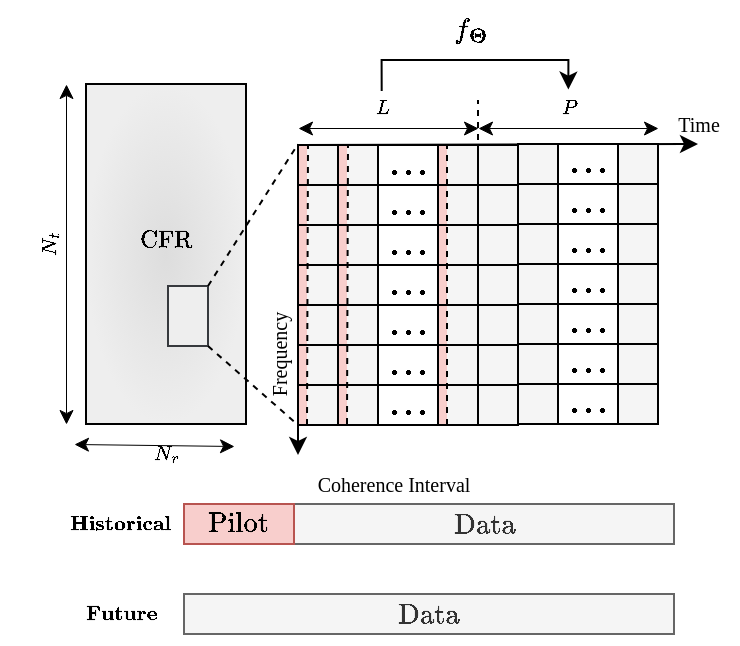
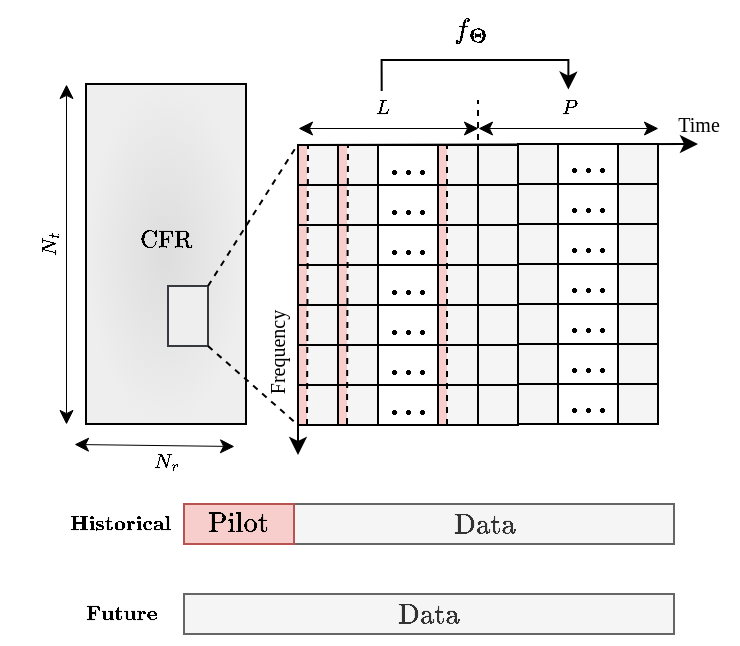
<mxfile host="app.diagrams.net" agent="Mozilla/5.0 (Macintosh; Intel Mac OS X 10_15_7) AppleWebKit/537.36 (KHTML, like Gecko) Chrome/141.0.0.0 Safari/537.36 Edg/141.0.0.0">
  <diagram name="第 1 页" id="D2adrHRu20BCA5vovUWD">
-     <mxGraphModel dx="645" dy="456" grid="1" gridSize="10" guides="1" tooltips="1" connect="1" arrows="1" fold="1" page="1" pageScale="1" pageWidth="850" pageHeight="1100" math="1" shadow="0">
+     <mxGraphModel dx="534" dy="377" grid="1" gridSize="10" guides="1" tooltips="1" connect="1" arrows="1" fold="1" page="1" pageScale="1" pageWidth="850" pageHeight="1100" math="1" shadow="0">
      <root>
        <mxCell id="0" />
        <mxCell id="1" parent="0" />
        <mxCell id="vL8rOUMA7y1sfk7vwX27-157" parent="1" style="text;html=1;align=center;verticalAlign=middle;resizable=0;points=[];autosize=1;strokeColor=none;fillColor=none;rotation=-90;" value="&lt;font face=&quot;Times New Roman&quot; style=&quot;font-size: 10px;&quot;&gt;Frequency&lt;/font&gt;" vertex="1">
-           <mxGeometry height="30" width="70" x="141" y="200.5" as="geometry" />
+           <mxGeometry height="30" width="70" x="140" y="199.5" as="geometry" />
        </mxCell>
        <mxCell id="vL8rOUMA7y1sfk7vwX27-163" parent="1" style="rounded=0;whiteSpace=wrap;html=1;fillColor=#DDDDDD;fillStyle=auto;gradientColor=#EEEEEE;gradientDirection=radial;" value="&lt;font face=&quot;Times New Roman&quot;&gt;\[\mathrm{CFR}\]&lt;/font&gt;&lt;div&gt;&lt;font face=&quot;Times New Roman&quot;&gt;&lt;span style=&quot;font-size: 10px;&quot;&gt;&lt;br&gt;&lt;/span&gt;&lt;/font&gt;&lt;/div&gt;" vertex="1">
          <mxGeometry height="170" width="80" x="80" y="80" as="geometry" />
        </mxCell>
        <mxCell id="vL8rOUMA7y1sfk7vwX27-164" parent="1" style="rounded=0;whiteSpace=wrap;html=1;rotation=0;fillColor=#eeeeee;strokeColor=#36393d;" value="" vertex="1">
          <mxGeometry height="30" width="20" x="121" y="181" as="geometry" />
        </mxCell>
        <mxCell id="vL8rOUMA7y1sfk7vwX27-165" edge="1" parent="1" source="vL8rOUMA7y1sfk7vwX27-164" style="endArrow=none;dashed=1;html=1;rounded=0;exitX=1;exitY=1;exitDx=0;exitDy=0;entryX=0;entryY=1;entryDx=0;entryDy=0;" target="vL8rOUMA7y1sfk7vwX27-77" value="">
          <mxGeometry height="50" relative="1" width="50" as="geometry">
            <mxPoint x="131" y="215" as="sourcePoint" />
            <mxPoint x="206" y="260" as="targetPoint" />
          </mxGeometry>
        </mxCell>
        <mxCell id="vL8rOUMA7y1sfk7vwX27-166" edge="1" parent="1" source="vL8rOUMA7y1sfk7vwX27-164" style="endArrow=none;dashed=1;html=1;rounded=0;exitX=1;exitY=0;exitDx=0;exitDy=0;" value="">
          <mxGeometry height="50" relative="1" width="50" as="geometry">
            <mxPoint x="131" y="185" as="sourcePoint" />
            <mxPoint x="186" y="110" as="targetPoint" />
          </mxGeometry>
        </mxCell>
        <mxCell id="vL8rOUMA7y1sfk7vwX27-167" edge="1" parent="1" style="endArrow=classic;startArrow=classic;html=1;rounded=0;strokeWidth=0.5;" value="">
          <mxGeometry height="50" relative="1" width="50" as="geometry">
            <mxPoint x="74" y="260" as="sourcePoint" />
            <mxPoint x="154" y="261" as="targetPoint" />
          </mxGeometry>
        </mxCell>
        <mxCell id="vL8rOUMA7y1sfk7vwX27-168" parent="1" style="text;html=1;align=center;verticalAlign=middle;resizable=0;points=[];autosize=1;strokeColor=none;fillColor=none;" value="&lt;font face=&quot;Times New Roman&quot; style=&quot;font-size: 10px;&quot;&gt;\[N_r\]&lt;/font&gt;" vertex="1">
-           <mxGeometry height="30" width="50" x="95" y="250" as="geometry" />
+           <mxGeometry height="30" width="50" x="95" y="254" as="geometry" />
        </mxCell>
        <mxCell id="vL8rOUMA7y1sfk7vwX27-169" parent="1" style="text;html=1;align=center;verticalAlign=middle;resizable=0;points=[];autosize=1;strokeColor=none;fillColor=none;rotation=-90;" value="&lt;font face=&quot;Times New Roman&quot; style=&quot;font-size: 10px;&quot;&gt;\[N_t\]&lt;/font&gt;" vertex="1">
          <mxGeometry height="30" width="50" x="37" y="145" as="geometry" />
        </mxCell>
        <mxCell id="vL8rOUMA7y1sfk7vwX27-170" edge="1" parent="1" style="endArrow=classic;startArrow=classic;html=1;rounded=0;strokeWidth=0.5;" value="">
          <mxGeometry height="50" relative="1" width="50" as="geometry">
            <mxPoint x="70" y="250" as="sourcePoint" />
            <mxPoint x="70" y="80" as="targetPoint" />
          </mxGeometry>
        </mxCell>
        <mxCell id="vL8rOUMA7y1sfk7vwX27-160" parent="1" style="text;html=1;align=center;verticalAlign=middle;resizable=0;points=[];autosize=1;strokeColor=none;fillColor=none;container=0;" value="&lt;font face=&quot;Times New Roman&quot; style=&quot;font-size: 10px;&quot;&gt;\[L\]&lt;/font&gt;" vertex="1">
          <mxGeometry height="40" width="30" x="213" y="72" as="geometry" />
        </mxCell>
        <mxCell id="vL8rOUMA7y1sfk7vwX27-162" parent="1" style="text;html=1;align=center;verticalAlign=middle;resizable=0;points=[];autosize=1;strokeColor=none;fillColor=none;container=0;" value="&lt;font face=&quot;Times New Roman&quot;&gt;&lt;span style=&quot;font-size: 10px;&quot;&gt;\[P\]&lt;/span&gt;&lt;/font&gt;" vertex="1">
          <mxGeometry height="40" width="30" x="306" y="72" as="geometry" />
        </mxCell>
        <mxCell id="vL8rOUMA7y1sfk7vwX27-196" parent="1" style="rounded=0;whiteSpace=wrap;html=1;fillColor=#f5f5f5;strokeColor=#666666;fontColor=#333333;" value="\[\mathrm{Data}\]" vertex="1">
          <mxGeometry height="20" width="190" x="184" y="290" as="geometry" />
        </mxCell>
        <mxCell id="vL8rOUMA7y1sfk7vwX27-197" parent="1" style="rounded=0;whiteSpace=wrap;html=1;fillColor=#f8cecc;strokeColor=#b85450;" value="\[\mathrm{Pilot}\]" vertex="1">
          <mxGeometry height="20" width="55" x="129" y="290" as="geometry" />
        </mxCell>
        <mxCell id="vL8rOUMA7y1sfk7vwX27-74" edge="1" parent="1" style="endArrow=classic;html=1;rounded=0;exitX=0;exitY=0;exitDx=0;exitDy=0;" value="">
          <mxGeometry height="50" relative="1" width="50" as="geometry">
            <mxPoint x="186" y="110.5" as="sourcePoint" />
            <mxPoint x="386" y="110" as="targetPoint" />
          </mxGeometry>
        </mxCell>
        <mxCell id="vL8rOUMA7y1sfk7vwX27-75" edge="1" parent="1" source="vL8rOUMA7y1sfk7vwX27-138" style="endArrow=classic;html=1;rounded=0;fillColor=#f5f5f5;strokeColor=#000000;exitX=0;exitY=0;exitDx=0;exitDy=0;" value="">
          <mxGeometry height="50" relative="1" width="50" as="geometry">
            <mxPoint x="186" y="90.5" as="sourcePoint" />
            <mxPoint x="186" y="265.5" as="targetPoint" />
          </mxGeometry>
        </mxCell>
        <mxCell id="vL8rOUMA7y1sfk7vwX27-158" edge="1" parent="1" style="endArrow=none;html=1;rounded=0;entryX=1;entryY=1;entryDx=0;entryDy=0;dashed=1;" value="">
          <mxGeometry height="50" relative="1" width="50" as="geometry">
            <mxPoint x="276" y="108" as="sourcePoint" />
            <mxPoint x="276" y="88" as="targetPoint" />
          </mxGeometry>
        </mxCell>
        <mxCell id="vL8rOUMA7y1sfk7vwX27-77" parent="1" style="rounded=0;whiteSpace=wrap;html=1;fillColor=#f5f5f5;strokeColor=#000000;container=0;fontColor=#333333;" value="" vertex="1">
          <mxGeometry height="20" width="20" x="186" y="230.5" as="geometry" />
        </mxCell>
        <mxCell id="vL8rOUMA7y1sfk7vwX27-78" parent="1" style="rounded=0;whiteSpace=wrap;html=1;fillColor=#f5f5f5;strokeColor=#000000;container=0;fontColor=#333333;" value="" vertex="1">
          <mxGeometry height="20" width="20" x="206" y="230.5" as="geometry" />
        </mxCell>
        <mxCell id="vL8rOUMA7y1sfk7vwX27-80" parent="1" style="rounded=0;whiteSpace=wrap;html=1;container=0;" value="&lt;b&gt;\[\mathbf{...}\]&lt;/b&gt;" vertex="1">
          <mxGeometry height="20" width="30" x="226" y="230.5" as="geometry" />
        </mxCell>
        <mxCell id="vL8rOUMA7y1sfk7vwX27-79" parent="1" style="rounded=0;whiteSpace=wrap;html=1;fillColor=#f5f5f5;strokeColor=#000000;container=0;fontColor=#333333;" value="" vertex="1">
          <mxGeometry height="20" width="20" x="256" y="230.5" as="geometry" />
        </mxCell>
        <mxCell id="vL8rOUMA7y1sfk7vwX27-90" parent="1" style="rounded=0;whiteSpace=wrap;html=1;fillColor=#f5f5f5;strokeColor=#000000;container=0;fontColor=#333333;" value="" vertex="1">
          <mxGeometry height="20" width="20" x="256" y="210.5" as="geometry" />
        </mxCell>
        <mxCell id="vL8rOUMA7y1sfk7vwX27-100" parent="1" style="rounded=0;whiteSpace=wrap;html=1;fillColor=#f5f5f5;strokeColor=#000000;container=0;fontColor=#333333;" value="" vertex="1">
          <mxGeometry height="20" width="20" x="256" y="170.5" as="geometry" />
        </mxCell>
        <mxCell id="vL8rOUMA7y1sfk7vwX27-110" parent="1" style="rounded=0;whiteSpace=wrap;html=1;fillColor=#f5f5f5;strokeColor=#000000;container=0;fontColor=#333333;" value="" vertex="1">
          <mxGeometry height="20" width="20" x="256" y="190.5" as="geometry" />
        </mxCell>
        <mxCell id="vL8rOUMA7y1sfk7vwX27-120" parent="1" style="rounded=0;whiteSpace=wrap;html=1;fillColor=#f5f5f5;strokeColor=#000000;container=0;fontColor=#333333;" value="" vertex="1">
          <mxGeometry height="20" width="20" x="256" y="150.5" as="geometry" />
        </mxCell>
        <mxCell id="vL8rOUMA7y1sfk7vwX27-130" parent="1" style="rounded=0;whiteSpace=wrap;html=1;fillColor=#f5f5f5;strokeColor=#000000;container=0;fontColor=#333333;" value="" vertex="1">
          <mxGeometry height="20" width="20" x="256" y="130.5" as="geometry" />
        </mxCell>
        <mxCell id="vL8rOUMA7y1sfk7vwX27-140" parent="1" style="rounded=0;whiteSpace=wrap;html=1;fillColor=#f5f5f5;strokeColor=#000000;container=0;fontColor=#333333;" value="" vertex="1">
          <mxGeometry height="20" width="20" x="256" y="110.5" as="geometry" />
        </mxCell>
        <mxCell id="vL8rOUMA7y1sfk7vwX27-161" edge="1" parent="1" style="endArrow=classic;startArrow=classic;html=1;rounded=0;strokeWidth=0.5;" value="">
          <mxGeometry height="50" relative="1" width="50" as="geometry">
            <mxPoint x="276" y="102" as="sourcePoint" />
            <mxPoint x="366" y="102" as="targetPoint" />
          </mxGeometry>
        </mxCell>
        <mxCell id="vL8rOUMA7y1sfk7vwX27-159" edge="1" parent="1" style="endArrow=classic;startArrow=classic;html=1;rounded=0;strokeWidth=0.5;" value="">
          <mxGeometry height="50" relative="1" width="50" as="geometry">
            <mxPoint x="186" y="102" as="sourcePoint" />
            <mxPoint x="276" y="102" as="targetPoint" />
          </mxGeometry>
        </mxCell>
        <mxCell id="vL8rOUMA7y1sfk7vwX27-146" parent="1" style="rounded=0;whiteSpace=wrap;html=1;fillColor=#f5f5f5;strokeColor=#000000;container=0;fontColor=#333333;" value="" vertex="1">
          <mxGeometry height="20" width="20" x="296" y="110" as="geometry" />
        </mxCell>
        <mxCell id="vL8rOUMA7y1sfk7vwX27-172" parent="1" style="rounded=0;whiteSpace=wrap;html=1;container=0;" value="&lt;b&gt;\[\mathbf{...}\]&lt;/b&gt;" vertex="1">
          <mxGeometry height="20" width="30" x="316" y="230" as="geometry" />
        </mxCell>
        <mxCell id="vL8rOUMA7y1sfk7vwX27-173" parent="1" style="rounded=0;whiteSpace=wrap;html=1;container=0;" value="&lt;b&gt;\[\mathbf{...}\]&lt;/b&gt;" vertex="1">
          <mxGeometry height="20" width="30" x="316" y="210" as="geometry" />
        </mxCell>
        <mxCell id="vL8rOUMA7y1sfk7vwX27-174" parent="1" style="rounded=0;whiteSpace=wrap;html=1;container=0;" value="&lt;b&gt;\[\mathbf{...}\]&lt;/b&gt;" vertex="1">
          <mxGeometry height="20" width="30" x="316" y="170" as="geometry" />
        </mxCell>
        <mxCell id="vL8rOUMA7y1sfk7vwX27-175" parent="1" style="rounded=0;whiteSpace=wrap;html=1;container=0;" value="&lt;b&gt;\[\mathbf{...}\]&lt;/b&gt;" vertex="1">
          <mxGeometry height="20" width="30" x="316" y="190" as="geometry" />
        </mxCell>
        <mxCell id="vL8rOUMA7y1sfk7vwX27-176" parent="1" style="rounded=0;whiteSpace=wrap;html=1;container=0;" value="&lt;b&gt;\[\mathbf{...}\]&lt;/b&gt;" vertex="1">
          <mxGeometry height="20" width="30" x="316" y="150" as="geometry" />
        </mxCell>
        <mxCell id="vL8rOUMA7y1sfk7vwX27-177" parent="1" style="rounded=0;whiteSpace=wrap;html=1;container=0;" value="&lt;b&gt;\[\mathbf{...}\]&lt;/b&gt;" vertex="1">
          <mxGeometry height="20" width="30" x="316" y="130" as="geometry" />
        </mxCell>
        <mxCell id="vL8rOUMA7y1sfk7vwX27-178" parent="1" style="rounded=0;whiteSpace=wrap;html=1;container=0;" value="&lt;b&gt;\[\mathbf{...}\]&lt;/b&gt;" vertex="1">
          <mxGeometry height="20" width="30" x="316" y="110" as="geometry" />
        </mxCell>
        <mxCell id="vL8rOUMA7y1sfk7vwX27-82" parent="1" style="rounded=0;whiteSpace=wrap;html=1;fillColor=#f5f5f5;strokeColor=#000000;container=0;fontColor=#333333;" value="" vertex="1">
          <mxGeometry height="20" width="20" x="346" y="230" as="geometry" />
        </mxCell>
        <mxCell id="vL8rOUMA7y1sfk7vwX27-93" parent="1" style="rounded=0;whiteSpace=wrap;html=1;fillColor=#f5f5f5;strokeColor=#000000;container=0;fontColor=#333333;" value="" vertex="1">
          <mxGeometry height="20" width="20" x="346" y="210" as="geometry" />
        </mxCell>
        <mxCell id="vL8rOUMA7y1sfk7vwX27-103" parent="1" style="rounded=0;whiteSpace=wrap;html=1;fillColor=#f5f5f5;strokeColor=#000000;container=0;fontColor=#333333;" value="" vertex="1">
          <mxGeometry height="20" width="20" x="346" y="170" as="geometry" />
        </mxCell>
        <mxCell id="vL8rOUMA7y1sfk7vwX27-113" parent="1" style="rounded=0;whiteSpace=wrap;html=1;fillColor=#f5f5f5;strokeColor=#000000;container=0;fontColor=#333333;" value="" vertex="1">
          <mxGeometry height="20" width="20" x="346" y="190" as="geometry" />
        </mxCell>
        <mxCell id="vL8rOUMA7y1sfk7vwX27-123" parent="1" style="rounded=0;whiteSpace=wrap;html=1;fillColor=#f5f5f5;strokeColor=#000000;container=0;fontColor=#333333;" value="" vertex="1">
          <mxGeometry height="20" width="20" x="346" y="150" as="geometry" />
        </mxCell>
        <mxCell id="vL8rOUMA7y1sfk7vwX27-133" parent="1" style="rounded=0;whiteSpace=wrap;html=1;fillColor=#f5f5f5;strokeColor=#000000;container=0;fontColor=#333333;" value="" vertex="1">
          <mxGeometry height="20" width="20" x="346" y="130" as="geometry" />
        </mxCell>
        <mxCell id="vL8rOUMA7y1sfk7vwX27-143" parent="1" style="rounded=0;whiteSpace=wrap;html=1;fillColor=#f5f5f5;strokeColor=#000000;container=0;fontColor=#333333;" value="" vertex="1">
          <mxGeometry height="20" width="20" x="346" y="110" as="geometry" />
        </mxCell>
        <mxCell id="vL8rOUMA7y1sfk7vwX27-85" parent="1" style="rounded=0;whiteSpace=wrap;html=1;fillColor=#f5f5f5;strokeColor=#000000;container=0;fontColor=#333333;" value="" vertex="1">
          <mxGeometry height="20" width="20" x="296" y="230" as="geometry" />
        </mxCell>
        <mxCell id="vL8rOUMA7y1sfk7vwX27-96" parent="1" style="rounded=0;whiteSpace=wrap;html=1;fillColor=#f5f5f5;strokeColor=#000000;container=0;fontColor=#333333;" value="" vertex="1">
          <mxGeometry height="20" width="20" x="296" y="210" as="geometry" />
        </mxCell>
        <mxCell id="vL8rOUMA7y1sfk7vwX27-106" parent="1" style="rounded=0;whiteSpace=wrap;html=1;fillColor=#f5f5f5;strokeColor=#000000;container=0;fontColor=#333333;" value="" vertex="1">
          <mxGeometry height="20" width="20" x="296" y="170" as="geometry" />
        </mxCell>
        <mxCell id="vL8rOUMA7y1sfk7vwX27-116" parent="1" style="rounded=0;whiteSpace=wrap;html=1;fillColor=#f5f5f5;strokeColor=#000000;container=0;fontColor=#333333;" value="" vertex="1">
          <mxGeometry height="20" width="20" x="296" y="190" as="geometry" />
        </mxCell>
        <mxCell id="vL8rOUMA7y1sfk7vwX27-126" parent="1" style="rounded=0;whiteSpace=wrap;html=1;fillColor=#f5f5f5;strokeColor=#000000;container=0;fontColor=#333333;" value="" vertex="1">
          <mxGeometry height="20" width="20" x="296" y="150" as="geometry" />
        </mxCell>
        <mxCell id="vL8rOUMA7y1sfk7vwX27-136" parent="1" style="rounded=0;whiteSpace=wrap;html=1;fillColor=#f5f5f5;strokeColor=#000000;container=0;fontColor=#333333;" value="" vertex="1">
          <mxGeometry height="20" width="20" x="296" y="130" as="geometry" />
        </mxCell>
        <mxCell id="vL8rOUMA7y1sfk7vwX27-86" parent="1" style="text;html=1;align=center;verticalAlign=middle;resizable=0;points=[];autosize=1;strokeColor=none;fillColor=none;container=0;" value="&lt;font face=&quot;Times New Roman&quot; style=&quot;font-size: 10px;&quot;&gt;Time&lt;/font&gt;" vertex="1">
          <mxGeometry height="30" width="40" x="366" y="85" as="geometry" />
        </mxCell>
        <mxCell id="vL8rOUMA7y1sfk7vwX27-118" parent="1" style="rounded=0;whiteSpace=wrap;html=1;fillColor=#f5f5f5;strokeColor=#000000;container=0;fontColor=#333333;" value="" vertex="1">
          <mxGeometry height="20" width="20" x="186" y="150.5" as="geometry" />
        </mxCell>
        <mxCell id="vL8rOUMA7y1sfk7vwX27-119" parent="1" style="rounded=0;whiteSpace=wrap;html=1;fillColor=#f5f5f5;strokeColor=#000000;container=0;fontColor=#333333;" value="" vertex="1">
          <mxGeometry height="20" width="20" x="206" y="150.5" as="geometry" />
        </mxCell>
        <mxCell id="vL8rOUMA7y1sfk7vwX27-121" parent="1" style="rounded=0;whiteSpace=wrap;html=1;container=0;" value="&lt;b&gt;\[\mathbf{...}\]&lt;/b&gt;" vertex="1">
          <mxGeometry height="20" width="30" x="226" y="150.5" as="geometry" />
        </mxCell>
        <mxCell id="vL8rOUMA7y1sfk7vwX27-88" parent="1" style="rounded=0;whiteSpace=wrap;html=1;fillColor=#f5f5f5;strokeColor=#000000;container=0;fontColor=#333333;" value="" vertex="1">
          <mxGeometry height="20" width="20" x="186" y="210.5" as="geometry" />
        </mxCell>
        <mxCell id="vL8rOUMA7y1sfk7vwX27-89" parent="1" style="rounded=0;whiteSpace=wrap;html=1;fillColor=#f5f5f5;strokeColor=#000000;container=0;fontColor=#333333;" value="" vertex="1">
          <mxGeometry height="20" width="20" x="206" y="210.5" as="geometry" />
        </mxCell>
        <mxCell id="vL8rOUMA7y1sfk7vwX27-91" parent="1" style="rounded=0;whiteSpace=wrap;html=1;container=0;" value="&lt;b&gt;\[\mathbf{...}\]&lt;/b&gt;" vertex="1">
          <mxGeometry height="20" width="30" x="226" y="210.5" as="geometry" />
        </mxCell>
        <mxCell id="vL8rOUMA7y1sfk7vwX27-98" parent="1" style="rounded=0;whiteSpace=wrap;html=1;fillColor=#f5f5f5;strokeColor=#000000;container=0;fontColor=#333333;" value="" vertex="1">
          <mxGeometry height="20" width="20" x="186" y="170.5" as="geometry" />
        </mxCell>
        <mxCell id="vL8rOUMA7y1sfk7vwX27-99" parent="1" style="rounded=0;whiteSpace=wrap;html=1;fillColor=#f5f5f5;strokeColor=#000000;container=0;fontColor=#333333;" value="" vertex="1">
          <mxGeometry height="20" width="20" x="206" y="170.5" as="geometry" />
        </mxCell>
        <mxCell id="vL8rOUMA7y1sfk7vwX27-101" parent="1" style="rounded=0;whiteSpace=wrap;html=1;container=0;" value="&lt;b&gt;\[\mathbf{...}\]&lt;/b&gt;" vertex="1">
          <mxGeometry height="20" width="30" x="226" y="170.5" as="geometry" />
        </mxCell>
        <mxCell id="vL8rOUMA7y1sfk7vwX27-285" parent="1" style="rounded=0;whiteSpace=wrap;html=1;fillColor=#f8cecc;strokeColor=none;dashed=1;container=0;glass=0;shadow=0;" value="" vertex="1">
          <mxGeometry height="19" width="4" x="256.5" y="151" as="geometry" />
        </mxCell>
        <mxCell id="vL8rOUMA7y1sfk7vwX27-108" parent="1" style="rounded=0;whiteSpace=wrap;html=1;fillColor=#f5f5f5;strokeColor=#000000;container=0;fontColor=#333333;" value="" vertex="1">
          <mxGeometry height="20" width="20" x="186" y="190.5" as="geometry" />
        </mxCell>
        <mxCell id="vL8rOUMA7y1sfk7vwX27-109" parent="1" style="rounded=0;whiteSpace=wrap;html=1;fillColor=#f5f5f5;strokeColor=#000000;container=0;fontColor=#333333;" value="" vertex="1">
          <mxGeometry height="20" width="20" x="206" y="190.5" as="geometry" />
        </mxCell>
        <mxCell id="vL8rOUMA7y1sfk7vwX27-111" parent="1" style="rounded=0;whiteSpace=wrap;html=1;container=0;" value="&lt;b&gt;\[\mathbf{...}\]&lt;/b&gt;" vertex="1">
          <mxGeometry height="20" width="30" x="226" y="190.5" as="geometry" />
        </mxCell>
        <mxCell id="vL8rOUMA7y1sfk7vwX27-128" parent="1" style="rounded=0;whiteSpace=wrap;html=1;fillColor=#f5f5f5;strokeColor=#000000;container=0;fontColor=#333333;" value="" vertex="1">
          <mxGeometry height="20" width="20" x="186" y="130.5" as="geometry" />
        </mxCell>
        <mxCell id="vL8rOUMA7y1sfk7vwX27-129" parent="1" style="rounded=0;whiteSpace=wrap;html=1;fillColor=#f5f5f5;strokeColor=#000000;container=0;fontColor=#333333;" value="" vertex="1">
          <mxGeometry height="20" width="20" x="206" y="130.5" as="geometry" />
        </mxCell>
        <mxCell id="vL8rOUMA7y1sfk7vwX27-131" parent="1" style="rounded=0;whiteSpace=wrap;html=1;container=0;" value="&lt;b&gt;\[\mathbf{...}\]&lt;/b&gt;" vertex="1">
          <mxGeometry height="20" width="30" x="226" y="130.5" as="geometry" />
        </mxCell>
        <mxCell id="vL8rOUMA7y1sfk7vwX27-138" parent="1" style="rounded=0;whiteSpace=wrap;html=1;fillColor=#f5f5f5;strokeColor=#000000;container=0;fontColor=#333333;" value="" vertex="1">
          <mxGeometry height="20" width="20" x="186" y="110.5" as="geometry" />
        </mxCell>
        <mxCell id="vL8rOUMA7y1sfk7vwX27-139" parent="1" style="rounded=0;whiteSpace=wrap;html=1;fillColor=#f5f5f5;strokeColor=#000000;container=0;fontColor=#333333;" value="" vertex="1">
          <mxGeometry height="20" width="20" x="206" y="110.5" as="geometry" />
        </mxCell>
        <mxCell id="vL8rOUMA7y1sfk7vwX27-141" parent="1" style="rounded=0;whiteSpace=wrap;html=1;container=0;" value="&lt;b&gt;\[\mathbf{...}\]&lt;/b&gt;" vertex="1">
          <mxGeometry height="20" width="30" x="226" y="110.5" as="geometry" />
        </mxCell>
        <mxCell id="vL8rOUMA7y1sfk7vwX27-288" parent="1" style="rounded=0;whiteSpace=wrap;html=1;fillColor=#f8cecc;strokeColor=none;dashed=1;container=0;glass=0;shadow=0;" value="" vertex="1">
          <mxGeometry height="19" width="4" x="256.5" y="131" as="geometry" />
        </mxCell>
        <mxCell id="vL8rOUMA7y1sfk7vwX27-289" parent="1" style="rounded=0;whiteSpace=wrap;html=1;fillColor=#f8cecc;strokeColor=none;dashed=1;container=0;glass=0;shadow=0;" value="" vertex="1">
          <mxGeometry height="19" width="4" x="256.5" y="111" as="geometry" />
        </mxCell>
        <mxCell id="vL8rOUMA7y1sfk7vwX27-291" parent="1" style="rounded=0;whiteSpace=wrap;html=1;fillColor=#f8cecc;strokeColor=none;dashed=1;container=0;glass=0;shadow=0;" value="" vertex="1">
          <mxGeometry height="19" width="4" x="256.5" y="171" as="geometry" />
        </mxCell>
        <mxCell id="vL8rOUMA7y1sfk7vwX27-292" parent="1" style="rounded=0;whiteSpace=wrap;html=1;fillColor=#f8cecc;strokeColor=none;dashed=1;container=0;glass=0;shadow=0;" value="" vertex="1">
          <mxGeometry height="19" width="4" x="256.5" y="191" as="geometry" />
        </mxCell>
        <mxCell id="vL8rOUMA7y1sfk7vwX27-293" parent="1" style="rounded=0;whiteSpace=wrap;html=1;fillColor=#f8cecc;strokeColor=none;dashed=1;container=0;glass=0;shadow=0;" value="" vertex="1">
          <mxGeometry height="19" width="4" x="256.5" y="211" as="geometry" />
        </mxCell>
        <mxCell id="vL8rOUMA7y1sfk7vwX27-294" parent="1" style="rounded=0;whiteSpace=wrap;html=1;fillColor=#f8cecc;strokeColor=none;dashed=1;container=0;glass=0;shadow=0;" value="" vertex="1">
          <mxGeometry height="19" width="4" x="256.5" y="231" as="geometry" />
        </mxCell>
        <mxCell id="vL8rOUMA7y1sfk7vwX27-303" parent="1" style="rounded=0;whiteSpace=wrap;html=1;fillColor=#f8cecc;strokeColor=none;dashed=1;container=0;glass=0;shadow=0;gradientColor=none;" value="" vertex="1">
          <mxGeometry height="19" width="4" x="206.5" y="151" as="geometry" />
        </mxCell>
        <mxCell id="vL8rOUMA7y1sfk7vwX27-304" parent="1" style="rounded=0;whiteSpace=wrap;html=1;fillColor=#f8cecc;strokeColor=none;dashed=1;container=0;glass=0;shadow=0;gradientColor=none;" value="" vertex="1">
          <mxGeometry height="19" width="4" x="206.5" y="131" as="geometry" />
        </mxCell>
        <mxCell id="vL8rOUMA7y1sfk7vwX27-305" parent="1" style="rounded=0;whiteSpace=wrap;html=1;fillColor=#f8cecc;strokeColor=none;dashed=1;container=0;glass=0;shadow=0;gradientColor=none;" value="" vertex="1">
          <mxGeometry height="19" width="4" x="206.5" y="111" as="geometry" />
        </mxCell>
        <mxCell id="vL8rOUMA7y1sfk7vwX27-307" parent="1" style="rounded=0;whiteSpace=wrap;html=1;fillColor=#f8cecc;strokeColor=none;dashed=1;container=0;glass=0;shadow=0;gradientColor=none;" value="" vertex="1">
          <mxGeometry height="19" width="4" x="206.5" y="171" as="geometry" />
        </mxCell>
        <mxCell id="vL8rOUMA7y1sfk7vwX27-308" parent="1" style="rounded=0;whiteSpace=wrap;html=1;fillColor=#f8cecc;strokeColor=none;dashed=1;container=0;glass=0;shadow=0;gradientColor=none;" value="" vertex="1">
          <mxGeometry height="19" width="4" x="206.5" y="191" as="geometry" />
        </mxCell>
        <mxCell id="vL8rOUMA7y1sfk7vwX27-309" parent="1" style="rounded=0;whiteSpace=wrap;html=1;fillColor=#f8cecc;strokeColor=none;dashed=1;container=0;glass=0;shadow=0;gradientColor=none;" value="" vertex="1">
          <mxGeometry height="19" width="4" x="206.5" y="211" as="geometry" />
        </mxCell>
        <mxCell id="vL8rOUMA7y1sfk7vwX27-310" parent="1" style="rounded=0;whiteSpace=wrap;html=1;fillColor=#f8cecc;strokeColor=none;dashed=1;container=0;glass=0;shadow=0;gradientColor=none;" value="" vertex="1">
          <mxGeometry height="19" width="4" x="206.5" y="231" as="geometry" />
        </mxCell>
        <mxCell id="vL8rOUMA7y1sfk7vwX27-311" parent="1" style="rounded=0;whiteSpace=wrap;html=1;fillColor=#f8cecc;strokeColor=none;dashed=1;container=0;glass=0;shadow=0;gradientColor=none;" value="" vertex="1">
          <mxGeometry height="19" width="4" x="186.5" y="151" as="geometry" />
        </mxCell>
        <mxCell id="vL8rOUMA7y1sfk7vwX27-312" parent="1" style="rounded=0;whiteSpace=wrap;html=1;fillColor=#f8cecc;strokeColor=none;dashed=1;container=0;glass=0;shadow=0;gradientColor=none;" value="" vertex="1">
          <mxGeometry height="19" width="4" x="186.5" y="131" as="geometry" />
        </mxCell>
        <mxCell id="vL8rOUMA7y1sfk7vwX27-313" parent="1" style="rounded=0;whiteSpace=wrap;html=1;fillColor=#f8cecc;strokeColor=none;dashed=1;container=0;glass=0;shadow=0;gradientColor=none;" value="" vertex="1">
          <mxGeometry height="19" width="4" x="186.5" y="111" as="geometry" />
        </mxCell>
        <mxCell id="vL8rOUMA7y1sfk7vwX27-315" parent="1" style="rounded=0;whiteSpace=wrap;html=1;fillColor=#f8cecc;strokeColor=none;dashed=1;container=0;glass=0;shadow=0;gradientColor=none;" value="" vertex="1">
          <mxGeometry height="19" width="4" x="186.5" y="171" as="geometry" />
        </mxCell>
        <mxCell id="vL8rOUMA7y1sfk7vwX27-316" parent="1" style="rounded=0;whiteSpace=wrap;html=1;fillColor=#f8cecc;strokeColor=none;dashed=1;container=0;glass=0;shadow=0;gradientColor=none;" value="" vertex="1">
          <mxGeometry height="19" width="4" x="186.5" y="191" as="geometry" />
        </mxCell>
        <mxCell id="vL8rOUMA7y1sfk7vwX27-317" parent="1" style="rounded=0;whiteSpace=wrap;html=1;fillColor=#f8cecc;strokeColor=none;dashed=1;container=0;glass=0;shadow=0;gradientColor=none;" value="" vertex="1">
          <mxGeometry height="19" width="4" x="186.5" y="211" as="geometry" />
        </mxCell>
        <mxCell id="vL8rOUMA7y1sfk7vwX27-318" parent="1" style="rounded=0;whiteSpace=wrap;html=1;fillColor=#f8cecc;strokeColor=none;dashed=1;container=0;glass=0;shadow=0;gradientColor=none;" value="" vertex="1">
          <mxGeometry height="19" width="4" x="186.5" y="231" as="geometry" />
        </mxCell>
        <mxCell id="vL8rOUMA7y1sfk7vwX27-319" edge="1" parent="1" style="endArrow=none;html=1;rounded=0;entryX=0.25;entryY=0;entryDx=0;entryDy=0;exitX=0.25;exitY=1;exitDx=0;exitDy=0;dashed=1;" target="vL8rOUMA7y1sfk7vwX27-138" value="">
          <mxGeometry height="50" relative="1" width="50" as="geometry">
            <mxPoint x="190.5" y="250.44000000000005" as="sourcePoint" />
            <mxPoint x="190.5" y="90.5" as="targetPoint" />
          </mxGeometry>
        </mxCell>
        <mxCell id="vL8rOUMA7y1sfk7vwX27-320" edge="1" parent="1" style="endArrow=none;html=1;rounded=0;entryX=0.25;entryY=0;entryDx=0;entryDy=0;exitX=0.25;exitY=1;exitDx=0;exitDy=0;dashed=1;" target="vL8rOUMA7y1sfk7vwX27-139" value="">
          <mxGeometry height="50" relative="1" width="50" as="geometry">
            <mxPoint x="210.5" y="250" as="sourcePoint" />
            <mxPoint x="210.5" y="90" as="targetPoint" />
          </mxGeometry>
        </mxCell>
        <mxCell id="vL8rOUMA7y1sfk7vwX27-321" edge="1" parent="1" style="endArrow=none;html=1;rounded=0;entryX=1;entryY=0;entryDx=0;entryDy=0;exitX=0.25;exitY=1;exitDx=0;exitDy=0;dashed=1;fillColor=#f8cecc;strokeColor=default;" target="vL8rOUMA7y1sfk7vwX27-289" value="">
          <mxGeometry height="50" relative="1" width="50" as="geometry">
            <mxPoint x="260.5" y="250.5" as="sourcePoint" />
            <mxPoint x="260.5" y="90.5" as="targetPoint" />
          </mxGeometry>
-         </mxCell>
-         <mxCell id="vL8rOUMA7y1sfk7vwX27-322" parent="1" style="text;html=1;whiteSpace=wrap;strokeColor=none;fillColor=none;align=center;verticalAlign=middle;rounded=0;" value="&lt;font face=&quot;Times New Roman&quot; style=&quot;font-size: 10px;&quot;&gt;Coherence Interval&lt;/font&gt;" vertex="1">
-           <mxGeometry height="20" width="90" x="189" y="270" as="geometry" />
        </mxCell>
        <mxCell id="Gn2U-Ttxje1ux7aKBa8M-2" parent="1" style="rounded=0;whiteSpace=wrap;html=1;fillColor=#f5f5f5;strokeColor=#000000;container=0;fontColor=#333333;" value="" vertex="1">
          <mxGeometry height="20" width="20" x="276" y="110.5" as="geometry" />
        </mxCell>
        <mxCell id="Gn2U-Ttxje1ux7aKBa8M-4" parent="1" style="rounded=0;whiteSpace=wrap;html=1;fillColor=#f5f5f5;strokeColor=#000000;container=0;fontColor=#333333;" value="" vertex="1">
          <mxGeometry height="20" width="20" x="276" y="230.5" as="geometry" />
        </mxCell>
        <mxCell id="Gn2U-Ttxje1ux7aKBa8M-5" parent="1" style="rounded=0;whiteSpace=wrap;html=1;fillColor=#f5f5f5;strokeColor=#000000;container=0;fontColor=#333333;" value="" vertex="1">
          <mxGeometry height="20" width="20" x="276" y="210.5" as="geometry" />
        </mxCell>
        <mxCell id="Gn2U-Ttxje1ux7aKBa8M-6" parent="1" style="rounded=0;whiteSpace=wrap;html=1;fillColor=#f5f5f5;strokeColor=#000000;container=0;fontColor=#333333;" value="" vertex="1">
          <mxGeometry height="20" width="20" x="276" y="170.5" as="geometry" />
        </mxCell>
        <mxCell id="Gn2U-Ttxje1ux7aKBa8M-7" parent="1" style="rounded=0;whiteSpace=wrap;html=1;fillColor=#f5f5f5;strokeColor=#000000;container=0;fontColor=#333333;" value="" vertex="1">
          <mxGeometry height="20" width="20" x="276" y="190.5" as="geometry" />
        </mxCell>
        <mxCell id="Gn2U-Ttxje1ux7aKBa8M-8" parent="1" style="rounded=0;whiteSpace=wrap;html=1;fillColor=#f5f5f5;strokeColor=#000000;container=0;fontColor=#333333;" value="" vertex="1">
          <mxGeometry height="20" width="20" x="276" y="150.5" as="geometry" />
        </mxCell>
        <mxCell id="Gn2U-Ttxje1ux7aKBa8M-9" parent="1" style="rounded=0;whiteSpace=wrap;html=1;fillColor=#f5f5f5;strokeColor=#000000;container=0;fontColor=#333333;" value="" vertex="1">
          <mxGeometry height="20" width="20" x="276" y="130.5" as="geometry" />
        </mxCell>
        <mxCell id="Gn2U-Ttxje1ux7aKBa8M-15" parent="1" style="text;html=1;align=center;verticalAlign=middle;resizable=0;points=[];autosize=1;strokeColor=none;fillColor=none;container=0;" value="&lt;font face=&quot;Times New Roman&quot; style=&quot;font-size: 10px;&quot;&gt;\[\mathbf{Historical}\]&lt;/font&gt;" vertex="1">
          <mxGeometry height="30" width="120" x="37" y="285" as="geometry" />
        </mxCell>
        <mxCell id="Gn2U-Ttxje1ux7aKBa8M-16" parent="1" style="text;html=1;align=center;verticalAlign=middle;resizable=0;points=[];autosize=1;strokeColor=none;fillColor=none;container=0;" value="&lt;font face=&quot;Times New Roman&quot;&gt;&lt;span style=&quot;font-size: 10px;&quot;&gt;\[\mathbf{Future}\]&lt;/span&gt;&lt;/font&gt;" vertex="1">
          <mxGeometry height="30" width="100" x="47" y="330" as="geometry" />
        </mxCell>
        <mxCell id="Gn2U-Ttxje1ux7aKBa8M-19" edge="1" parent="1" style="edgeStyle=orthogonalEdgeStyle;rounded=0;orthogonalLoop=1;jettySize=auto;html=1;entryX=0.506;entryY=-0.005;entryDx=0;entryDy=0;entryPerimeter=0;exitX=0.495;exitY=0.014;exitDx=0;exitDy=0;exitPerimeter=0;">
          <mxGeometry relative="1" as="geometry">
            <Array as="points">
              <mxPoint x="228" y="68" />
              <mxPoint x="321" y="68" />
            </Array>
            <mxPoint x="227.84999999999997" y="83.56" as="sourcePoint" />
            <mxPoint x="321.17999999999995" y="82.80000000000001" as="targetPoint" />
          </mxGeometry>
        </mxCell>
        <mxCell id="Gn2U-Ttxje1ux7aKBa8M-20" parent="1" style="text;html=1;whiteSpace=wrap;strokeColor=none;fillColor=none;align=center;verticalAlign=middle;rounded=0;" value="\[f_\boldsymbol{\Theta}\]" vertex="1">
          <mxGeometry height="30" width="60" x="243" y="38" as="geometry" />
        </mxCell>
        <mxCell id="Gn2U-Ttxje1ux7aKBa8M-21" parent="1" style="rounded=0;whiteSpace=wrap;html=1;fillColor=#f5f5f5;strokeColor=#666666;fontColor=#333333;" value="\[\mathrm{Data}\]" vertex="1">
          <mxGeometry height="20" width="245" x="129" y="335" as="geometry" />
        </mxCell>
      </root>
    </mxGraphModel>
  </diagram>
</mxfile>
